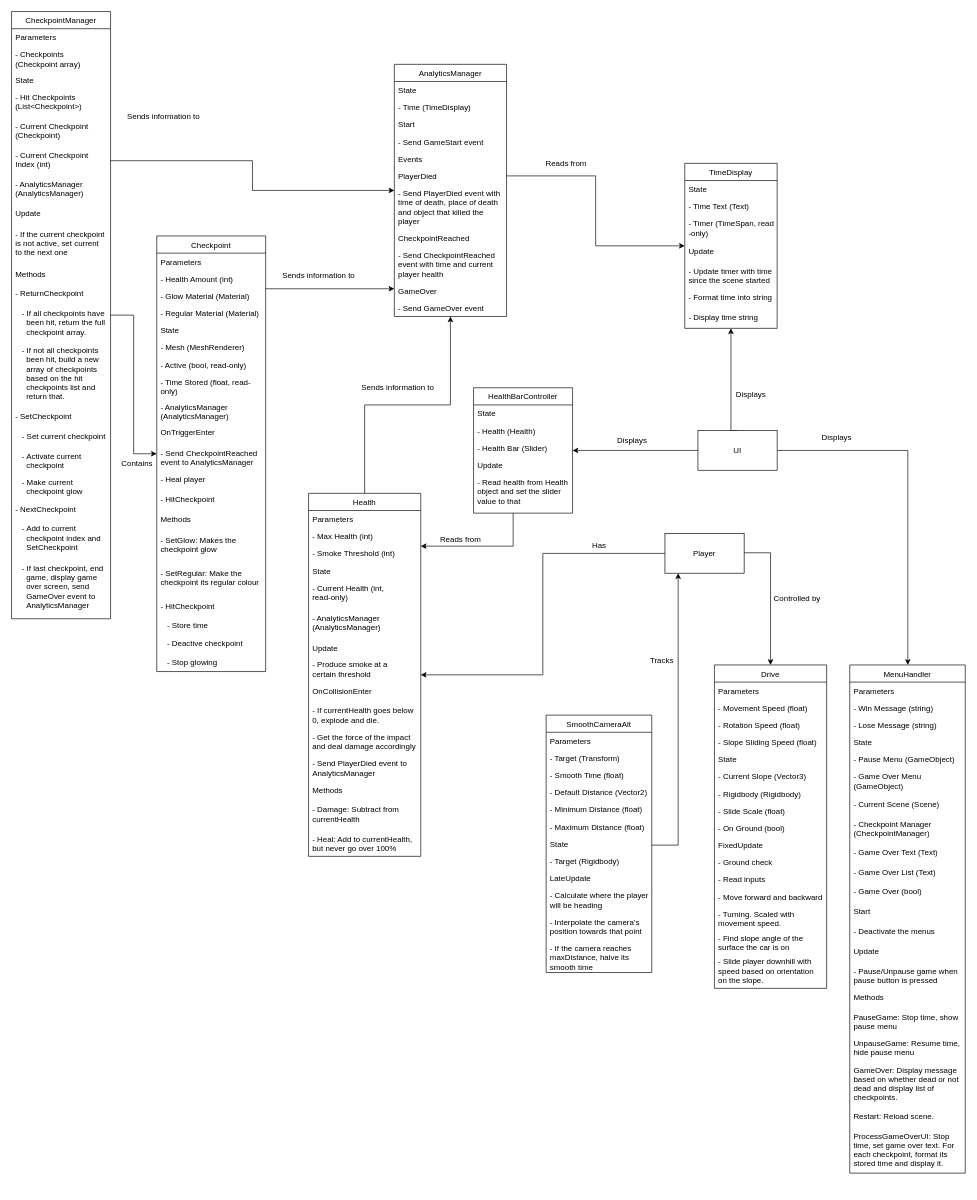
The draw.io diagram COMP2160 Assignment 2/Assets/Documentation/ERD.drawio in matt-evangelidis/COMP2160-game, before the edit. Source tidied: cells renumbered, new cells numbered last; positions are measured from the earlier drawing's top-left corner, leaving out a move shared by most shapes. Both pictures are drawn from the tidied source at 66%, with x=0, y=0 at pixel (11, 11).
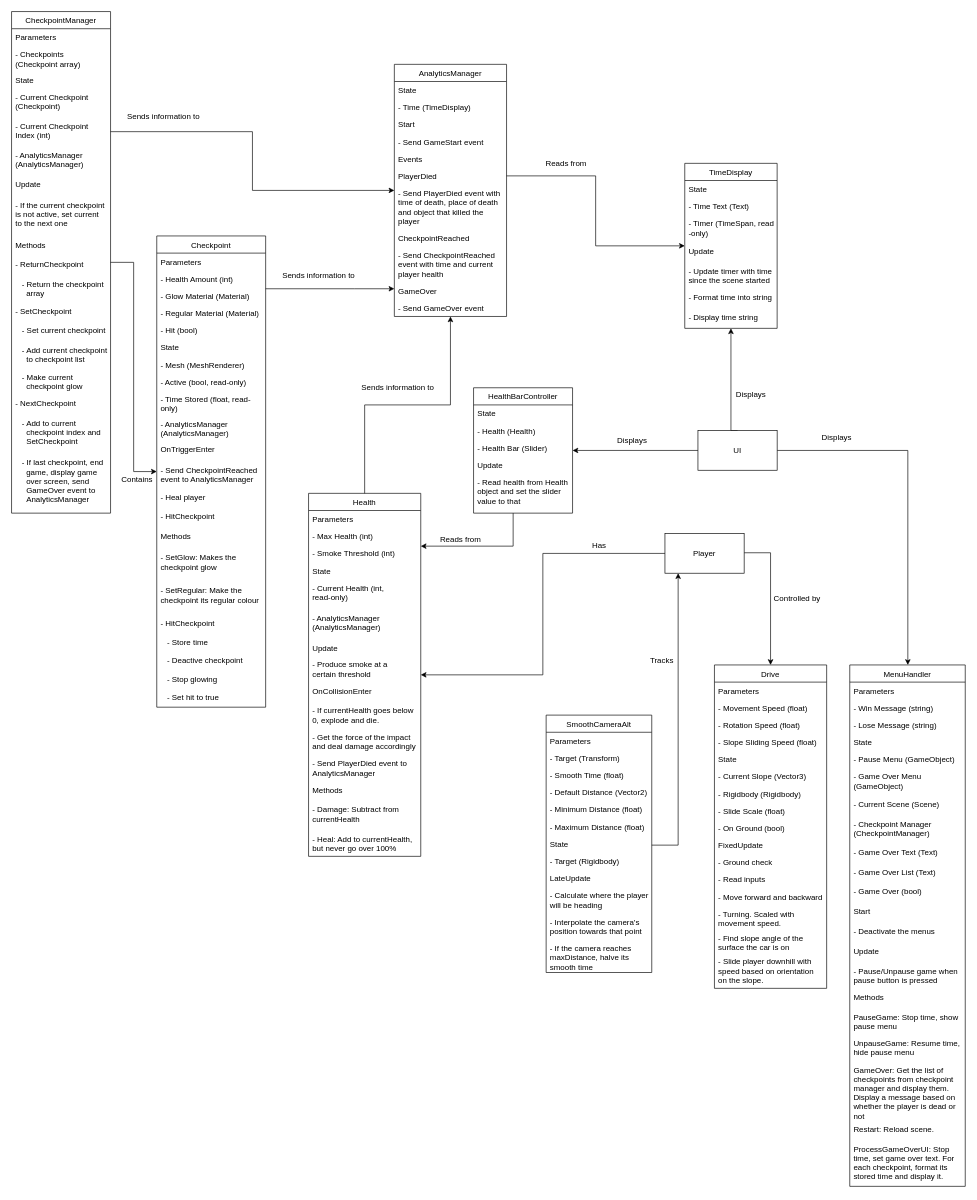
The same diagram, later.

Change to the diagram source:
```diff
@@
     <mxCell id="17" value="CheckpointManager" style="swimlane;fontStyle=0;horizontal=1;startSize=26;fillColor=none;" parent="1" vertex="1">
-      <mxGeometry width="150" height="920" as="geometry" />
+      <mxGeometry width="150" height="760" as="geometry" />
     </mxCell>
@@
-    <mxCell id="21" value="- Hit Checkpoints&#10;(List&lt;Checkpoint&gt;)" style="text;strokeColor=none;fillColor=none;align=left;verticalAlign=top;spacingLeft=4;spacingRight=4;overflow=hidden;" parent="17" vertex="1">
-      <mxGeometry y="116" width="150" height="44" as="geometry" />
-    </mxCell>
     <mxCell id="22" value="- Current Checkpoint&#10;(Checkpoint)" style="text;strokeColor=none;fillColor=none;align=left;verticalAlign=top;spacingLeft=4;spacingRight=4;overflow=hidden;" parent="17" vertex="1">
-      <mxGeometry y="160" width="150" height="44" as="geometry" />
+      <mxGeometry y="116" width="150" height="44" as="geometry" />
     </mxCell>
     <mxCell id="23" value="- Current Checkpoint&#10;Index (int)" style="text;strokeColor=none;fillColor=none;align=left;verticalAlign=top;spacingLeft=4;spacingRight=4;overflow=hidden;points=[[0,0.5],[1,0.5]];portConstraint=eastwest;" parent="17" vertex="1">
-      <mxGeometry y="204" width="150" height="44" as="geometry" />
+      <mxGeometry y="160" width="150" height="44" as="geometry" />
     </mxCell>
     <mxCell id="24" value="- AnalyticsManager&#10;(AnalyticsManager)" style="text;strokeColor=none;fillColor=none;align=left;verticalAlign=top;spacingLeft=4;spacingRight=4;overflow=hidden;" parent="17" vertex="1">
-      <mxGeometry y="248" width="150" height="44" as="geometry" />
+      <mxGeometry y="204" width="150" height="44" as="geometry" />
     </mxCell>
     <mxCell id="25" value="Update" style="text;strokeColor=none;fillColor=none;align=left;verticalAlign=top;spacingLeft=4;spacingRight=4;overflow=hidden;" parent="17" vertex="1">
-      <mxGeometry y="292" width="150" height="32" as="geometry" />
+      <mxGeometry y="248" width="150" height="32" as="geometry" />
     </mxCell>
     <mxCell id="26" value="- If the current checkpoint&#10;is not active, set current&#10;to the next one" style="text;strokeColor=none;fillColor=none;align=left;verticalAlign=top;spacingLeft=4;spacingRight=4;overflow=hidden;" parent="17" vertex="1">
-      <mxGeometry y="324" width="150" height="60" as="geometry" />
+      <mxGeometry y="280" width="150" height="60" as="geometry" />
     </mxCell>
     <mxCell id="27" value="Methods" style="text;strokeColor=none;fillColor=none;align=left;verticalAlign=top;spacingLeft=4;spacingRight=4;overflow=hidden;" parent="17" vertex="1">
-      <mxGeometry y="384" width="150" height="30" as="geometry" />
+      <mxGeometry y="340" width="150" height="30" as="geometry" />
     </mxCell>
     <mxCell id="28" value="- ReturnCheckpoint" style="text;strokeColor=none;fillColor=none;align=left;verticalAlign=top;spacingLeft=4;spacingRight=4;overflow=hidden;" parent="17" vertex="1">
-      <mxGeometry y="414" width="150" height="30" as="geometry" />
+      <mxGeometry y="370" width="150" height="30" as="geometry" />
     </mxCell>
-    <mxCell id="29" value="   - If all checkpoints have&#10;     been hit, return the full&#10;     checkpoint array." style="text;strokeColor=none;fillColor=none;align=left;verticalAlign=top;spacingLeft=4;spacingRight=4;overflow=hidden;" parent="17" vertex="1">
-      <mxGeometry y="444" width="150" height="56" as="geometry" />
-    </mxCell>
-    <mxCell id="30" value="   - If not all checkpoints&#10;     been hit, build a new&#10;     array of checkpoints&#10;     based on the hit&#10;     checkpoints list and&#10;     return that." style="text;strokeColor=none;fillColor=none;align=left;verticalAlign=top;spacingLeft=4;spacingRight=4;overflow=hidden;" parent="17" vertex="1">
-      <mxGeometry y="500" width="150" height="100" as="geometry" />
+    <mxCell id="30" value="   - Return the checkpoint&#10;     array" style="text;strokeColor=none;fillColor=none;align=left;verticalAlign=top;spacingLeft=4;spacingRight=4;overflow=hidden;" parent="17" vertex="1">
+      <mxGeometry y="400" width="150" height="40" as="geometry" />
     </mxCell>
     <mxCell id="31" value="- SetCheckpoint" style="text;strokeColor=none;fillColor=none;align=left;verticalAlign=top;spacingLeft=4;spacingRight=4;overflow=hidden;" parent="17" vertex="1">
-      <mxGeometry y="600" width="150" height="30" as="geometry" />
+      <mxGeometry y="440" width="150" height="30" as="geometry" />
     </mxCell>
     <mxCell id="32" value="   - Set current checkpoint" style="text;strokeColor=none;fillColor=none;align=left;verticalAlign=top;spacingLeft=4;spacingRight=4;overflow=hidden;" parent="17" vertex="1">
-      <mxGeometry y="630" width="150" height="30" as="geometry" />
+      <mxGeometry y="470" width="150" height="30" as="geometry" />
     </mxCell>
-    <mxCell id="33" value="   - Activate current&#10;     checkpoint" style="text;strokeColor=none;fillColor=none;align=left;verticalAlign=top;spacingLeft=4;spacingRight=4;overflow=hidden;" parent="17" vertex="1">
-      <mxGeometry y="660" width="150" height="40" as="geometry" />
+    <mxCell id="33" value="   - Add current checkpoint&#10;     to checkpoint list" style="text;strokeColor=none;fillColor=none;align=left;verticalAlign=top;spacingLeft=4;spacingRight=4;overflow=hidden;" parent="17" vertex="1">
+      <mxGeometry y="500" width="150" height="40" as="geometry" />
     </mxCell>
     <mxCell id="34" value="   - Make current&#10;     checkpoint glow" style="text;strokeColor=none;fillColor=none;align=left;verticalAlign=top;spacingLeft=4;spacingRight=4;overflow=hidden;" parent="17" vertex="1">
-      <mxGeometry y="700" width="150" height="40" as="geometry" />
+      <mxGeometry y="540" width="150" height="40" as="geometry" />
     </mxCell>
     <mxCell id="35" value="- NextCheckpoint" style="text;strokeColor=none;fillColor=none;align=left;verticalAlign=top;spacingLeft=4;spacingRight=4;overflow=hidden;" parent="17" vertex="1">
-      <mxGeometry y="740" width="150" height="30" as="geometry" />
+      <mxGeometry y="580" width="150" height="30" as="geometry" />
     </mxCell>
     <mxCell id="36" value="   - Add to current&#10;     checkpoint index and&#10;     SetCheckpoint" style="text;strokeColor=none;fillColor=none;align=left;verticalAlign=top;spacingLeft=4;spacingRight=4;overflow=hidden;" parent="17" vertex="1">
-      <mxGeometry y="770" width="150" height="60" as="geometry" />
+      <mxGeometry y="610" width="150" height="60" as="geometry" />
     </mxCell>
     <mxCell id="37" value="   - If last checkpoint, end&#10;     game, display game&#10;     over screen, send&#10;     GameOver event to&#10;     AnalyticsManager" style="text;strokeColor=none;fillColor=none;align=left;verticalAlign=top;spacingLeft=4;spacingRight=4;overflow=hidden;" parent="17" vertex="1">
-      <mxGeometry y="830" width="150" height="90" as="geometry" />
+      <mxGeometry y="670" width="150" height="90" as="geometry" />
     </mxCell>
     <mxCell id="38" value="Checkpoint" style="swimlane;fontStyle=0;horizontal=1;startSize=26;fillColor=none;" parent="1" vertex="1">
-      <mxGeometry x="220" y="340" width="165" height="660" as="geometry" />
+      <mxGeometry x="220" y="340" width="165" height="714" as="geometry" />
     </mxCell>
@@
+    <mxCell id="164" value="- Hit (bool)" style="text;strokeColor=none;fillColor=none;align=left;verticalAlign=top;spacingLeft=4;spacingRight=4;overflow=hidden;" parent="38" vertex="1">
+      <mxGeometry y="130" width="165" height="26" as="geometry" />
+    </mxCell>
     <mxCell id="43" value="State" style="text;strokeColor=none;fillColor=none;align=left;verticalAlign=top;spacingLeft=4;spacingRight=4;overflow=hidden;" parent="38" vertex="1">
-      <mxGeometry y="130" width="165" height="26" as="geometry" />
+      <mxGeometry y="156" width="165" height="26" as="geometry" />
     </mxCell>
     <mxCell id="44" value="- Mesh (MeshRenderer)" style="text;strokeColor=none;fillColor=none;align=left;verticalAlign=top;spacingLeft=4;spacingRight=4;overflow=hidden;" parent="38" vertex="1">
-      <mxGeometry y="156" width="165" height="26" as="geometry" />
+      <mxGeometry y="182" width="165" height="26" as="geometry" />
     </mxCell>
     <mxCell id="45" value="- Active (bool, read-only)" style="text;strokeColor=none;fillColor=none;align=left;verticalAlign=top;spacingLeft=4;spacingRight=4;overflow=hidden;" parent="38" vertex="1">
-      <mxGeometry y="182" width="165" height="26" as="geometry" />
+      <mxGeometry y="208" width="165" height="26" as="geometry" />
     </mxCell>
     <mxCell id="46" value="- Time Stored (float, read-&#10;only)" style="text;strokeColor=none;fillColor=none;align=left;verticalAlign=top;spacingLeft=4;spacingRight=4;overflow=hidden;" parent="38" vertex="1">
-      <mxGeometry y="208" width="165" height="38" as="geometry" />
+      <mxGeometry y="234" width="165" height="38" as="geometry" />
     </mxCell>
     <mxCell id="47" value="- AnalyticsManager&#10;(AnalyticsManager)" style="text;strokeColor=none;fillColor=none;align=left;verticalAlign=top;spacingLeft=4;spacingRight=4;overflow=hidden;" parent="38" vertex="1">
-      <mxGeometry y="246" width="165" height="38" as="geometry" />
+      <mxGeometry y="272" width="165" height="38" as="geometry" />
     </mxCell>
     <mxCell id="48" value="OnTriggerEnter" style="text;strokeColor=none;fillColor=none;align=left;verticalAlign=top;spacingLeft=4;spacingRight=4;overflow=hidden;" parent="38" vertex="1">
-      <mxGeometry y="284" width="165" height="32" as="geometry" />
+      <mxGeometry y="310" width="165" height="32" as="geometry" />
     </mxCell>
     <mxCell id="49" value="- Send CheckpointReached&#10;event to AnalyticsManager" style="text;strokeColor=none;fillColor=none;align=left;verticalAlign=top;spacingLeft=4;spacingRight=4;overflow=hidden;" parent="38" vertex="1">
-      <mxGeometry y="316" width="165" height="40" as="geometry" />
+      <mxGeometry y="342" width="165" height="40" as="geometry" />
     </mxCell>
     <mxCell id="50" value="- Heal player" style="text;strokeColor=none;fillColor=none;align=left;verticalAlign=top;spacingLeft=4;spacingRight=4;overflow=hidden;" parent="38" vertex="1">
-      <mxGeometry y="356" width="165" height="30" as="geometry" />
+      <mxGeometry y="382" width="165" height="30" as="geometry" />
     </mxCell>
     <mxCell id="51" value="- HitCheckpoint" style="text;strokeColor=none;fillColor=none;align=left;verticalAlign=top;spacingLeft=4;spacingRight=4;overflow=hidden;" parent="38" vertex="1">
-      <mxGeometry y="386" width="165" height="30" as="geometry" />
+      <mxGeometry y="412" width="165" height="30" as="geometry" />
     </mxCell>
     <mxCell id="52" value="Methods" style="text;strokeColor=none;fillColor=none;align=left;verticalAlign=top;spacingLeft=4;spacingRight=4;overflow=hidden;" parent="38" vertex="1">
-      <mxGeometry y="416" width="165" height="32" as="geometry" />
+      <mxGeometry y="442" width="165" height="32" as="geometry" />
     </mxCell>
     <mxCell id="53" value="- SetGlow: Makes the&#10;checkpoint glow" style="text;strokeColor=none;fillColor=none;align=left;verticalAlign=top;spacingLeft=4;spacingRight=4;overflow=hidden;" parent="38" vertex="1">
-      <mxGeometry y="448" width="165" height="50" as="geometry" />
+      <mxGeometry y="474" width="165" height="50" as="geometry" />
     </mxCell>
     <mxCell id="54" value="- SetRegular: Make the &#10;checkpoint its regular colour" style="text;strokeColor=none;fillColor=none;align=left;verticalAlign=top;spacingLeft=4;spacingRight=4;overflow=hidden;" parent="38" vertex="1">
-      <mxGeometry y="498" width="165" height="50" as="geometry" />
+      <mxGeometry y="524" width="165" height="50" as="geometry" />
     </mxCell>
     <mxCell id="55" value="- HitCheckpoint" style="text;strokeColor=none;fillColor=none;align=left;verticalAlign=top;spacingLeft=4;spacingRight=4;overflow=hidden;" parent="38" vertex="1">
-      <mxGeometry y="548" width="165" height="28" as="geometry" />
+      <mxGeometry y="574" width="165" height="28" as="geometry" />
     </mxCell>
     <mxCell id="56" value="   - Store time" style="text;strokeColor=none;fillColor=none;align=left;verticalAlign=top;spacingLeft=4;spacingRight=4;overflow=hidden;" parent="38" vertex="1">
-      <mxGeometry y="576" width="165" height="28" as="geometry" />
+      <mxGeometry y="602" width="165" height="28" as="geometry" />
     </mxCell>
     <mxCell id="57" value="   - Deactive checkpoint" style="text;strokeColor=none;fillColor=none;align=left;verticalAlign=top;spacingLeft=4;spacingRight=4;overflow=hidden;" parent="38" vertex="1">
-      <mxGeometry y="604" width="165" height="28" as="geometry" />
+      <mxGeometry y="630" width="165" height="28" as="geometry" />
     </mxCell>
     <mxCell id="58" value="   - Stop glowing" style="text;strokeColor=none;fillColor=none;align=left;verticalAlign=top;spacingLeft=4;spacingRight=4;overflow=hidden;" parent="38" vertex="1">
-      <mxGeometry y="632" width="165" height="28" as="geometry" />
+      <mxGeometry y="658" width="165" height="28" as="geometry" />
     </mxCell>
+    <mxCell id="165" value="   - Set hit to true" style="text;strokeColor=none;fillColor=none;align=left;verticalAlign=top;spacingLeft=4;spacingRight=4;overflow=hidden;" parent="38" vertex="1">
+      <mxGeometry y="686" width="165" height="28" as="geometry" />
+    </mxCell>
@@
     <mxCell id="92" value="MenuHandler" style="swimlane;fontStyle=0;horizontal=1;startSize=26;fillColor=none;" parent="1" vertex="1">
-      <mxGeometry x="1270" y="990" width="175" height="770" as="geometry" />
+      <mxGeometry x="1270" y="990" width="175" height="790" as="geometry" />
     </mxCell>
@@
-    <mxCell id="111" value="GameOver: Display message&#10;based on whether dead or not&#10;dead and display list of&#10;checkpoints." style="text;strokeColor=none;fillColor=none;align=left;verticalAlign=top;spacingLeft=4;spacingRight=4;overflow=hidden;" parent="92" vertex="1">
-      <mxGeometry y="600" width="175" height="70" as="geometry" />
+    <mxCell id="111" value="GameOver: Get the list of&#10;checkpoints from checkpoint&#10;manager and display them.&#10;Display a message based on&#10;whether the player is dead or&#10;not" style="text;strokeColor=none;fillColor=none;align=left;verticalAlign=top;spacingLeft=4;spacingRight=4;overflow=hidden;" parent="92" vertex="1">
+      <mxGeometry y="600" width="175" height="90" as="geometry" />
     </mxCell>
     <mxCell id="112" value="Restart: Reload scene." style="text;strokeColor=none;fillColor=none;align=left;verticalAlign=top;spacingLeft=4;spacingRight=4;overflow=hidden;" parent="92" vertex="1">
-      <mxGeometry y="670" width="175" height="30" as="geometry" />
+      <mxGeometry y="690" width="175" height="30" as="geometry" />
     </mxCell>
     <mxCell id="113" value="ProcessGameOverUI: Stop&#10;time, set game over text. For&#10;each checkpoint, format its&#10;stored time and display it." style="text;strokeColor=none;fillColor=none;align=left;verticalAlign=top;spacingLeft=4;spacingRight=4;overflow=hidden;" parent="92" vertex="1">
-      <mxGeometry y="700" width="175" height="70" as="geometry" />
+      <mxGeometry y="720" width="175" height="70" as="geometry" />
     </mxCell>
@@
     <mxCell id="155" value="Contains" style="text;html=1;align=center;verticalAlign=middle;" parent="1" vertex="1">
-      <mxGeometry x="160" y="675" width="60" height="20" as="geometry" />
+      <mxGeometry x="160" y="700" width="60" height="20" as="geometry" />
     </mxCell>
```
